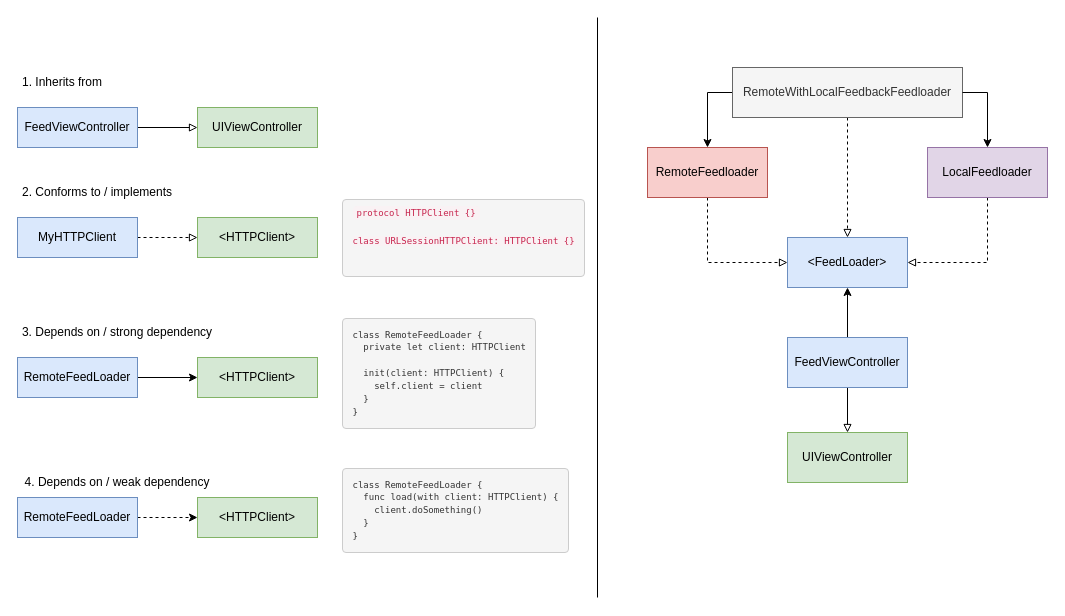
Before: 002-lecture.drawio in evgeniyd/my_drawio, a draw.io diagram. Source tidied: cells renumbered, new cells numbered last; positions are measured from the earlier drawing's top-left corner, leaving out a move shared by most shapes. Both pictures are drawn from the tidied source at 100%, with x=0, y=0 at pixel (17, 17).
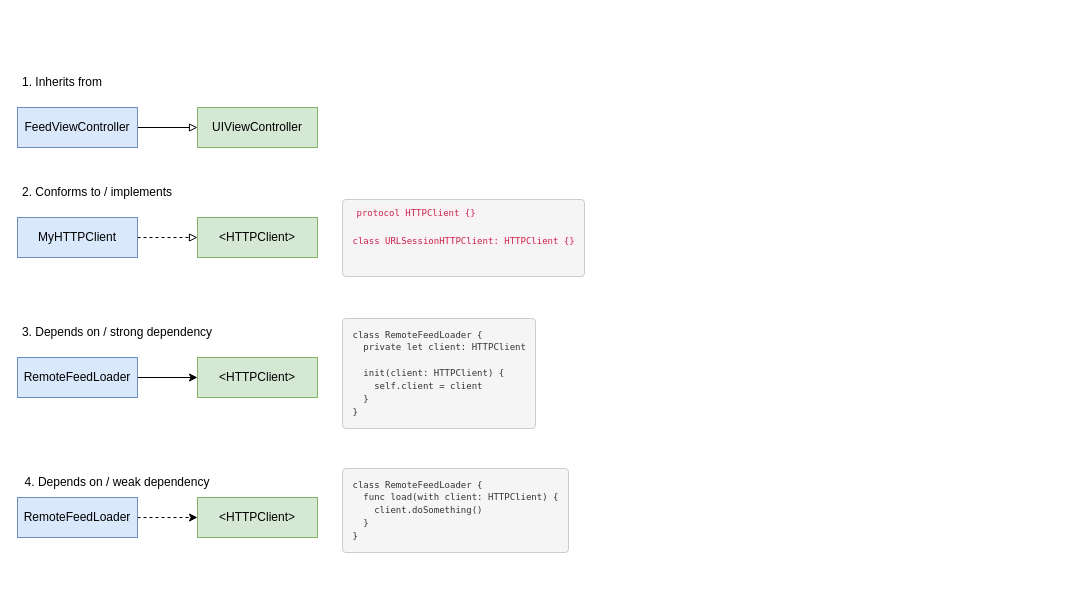
Above is the later version.

Diff of the diagram source:
```diff
@@
-    <mxCell id="21" style="endArrow=none;html=1;rounded=0;" parent="1" edge="1">
-      <mxGeometry relative="1" as="geometry">
-        <mxPoint x="580" y="580" as="sourcePoint" />
-        <mxPoint x="580" as="targetPoint" />
-      </mxGeometry>
-    </mxCell>
-    <mxCell id="22" style="edgeStyle=orthogonalEdgeStyle;rounded=0;jettySize=auto;html=1;endArrow=block;endFill=0;" parent="1" edge="1" source="24" target="25">
-      <mxGeometry relative="1" as="geometry" />
-    </mxCell>
-    <mxCell id="23" style="edgeStyle=orthogonalEdgeStyle;rounded=0;jettySize=auto;html=1;" parent="1" edge="1" source="24" target="26">
-      <mxGeometry relative="1" as="geometry" />
-    </mxCell>
-    <mxCell id="24" value="FeedViewController" style="rounded=0;whiteSpace=wrap;html=1;fillColor=#dae8fc;strokeColor=#6c8ebf;" parent="1" vertex="1">
-      <mxGeometry x="770" y="320" width="120" height="50" as="geometry" />
-    </mxCell>
-    <mxCell id="25" value="UIViewController" style="rounded=0;whiteSpace=wrap;html=1;fillColor=#d5e8d4;strokeColor=#82b366;" parent="1" vertex="1">
-      <mxGeometry x="770" y="415" width="120" height="50" as="geometry" />
-    </mxCell>
-    <mxCell id="26" value="&amp;lt;FeedLoader&amp;gt;" style="rounded=0;whiteSpace=wrap;html=1;fillColor=#dae8fc;strokeColor=#6c8ebf;" parent="1" vertex="1">
-      <mxGeometry x="770" y="220" width="120" height="50" as="geometry" />
-    </mxCell>
-    <mxCell id="27" style="edgeStyle=orthogonalEdgeStyle;rounded=0;jettySize=auto;html=1;entryX=0;entryY=0.5;entryDx=0;entryDy=0;exitX=0.5;exitY=1;exitDx=0;exitDy=0;endArrow=block;endFill=0;dashed=1;" parent="1" edge="1" source="28" target="26">
-      <mxGeometry relative="1" as="geometry" />
-    </mxCell>
-    <mxCell id="28" value="RemoteFeedloader" style="rounded=0;whiteSpace=wrap;html=1;fillColor=#f8cecc;strokeColor=#b85450;" parent="1" vertex="1">
-      <mxGeometry x="630" y="130" width="120" height="50" as="geometry" />
-    </mxCell>
-    <mxCell id="29" style="edgeStyle=orthogonalEdgeStyle;rounded=0;jettySize=auto;html=1;entryX=1;entryY=0.5;entryDx=0;entryDy=0;exitX=0.5;exitY=1;exitDx=0;exitDy=0;dashed=1;endArrow=block;endFill=0;" parent="1" edge="1" source="30" target="26">
-      <mxGeometry relative="1" as="geometry" />
-    </mxCell>
-    <mxCell id="30" value="LocalFeedloader" style="rounded=0;whiteSpace=wrap;html=1;fillColor=#e1d5e7;strokeColor=#9673a6;" parent="1" vertex="1">
-      <mxGeometry x="910" y="130" width="120" height="50" as="geometry" />
-    </mxCell>
-    <mxCell id="31" style="edgeStyle=orthogonalEdgeStyle;rounded=0;jettySize=auto;html=1;entryX=0.5;entryY=0;entryDx=0;entryDy=0;endArrow=block;endFill=0;dashed=1;" parent="1" edge="1" source="33" target="26">
-      <mxGeometry relative="1" as="geometry" />
-    </mxCell>
-    <mxCell id="32" style="edgeStyle=orthogonalEdgeStyle;rounded=0;jettySize=auto;html=1;exitX=0;exitY=0.5;exitDx=0;exitDy=0;" parent="1" edge="1" source="33" target="28">
-      <mxGeometry relative="1" as="geometry" />
-    </mxCell>
-    <mxCell id="33" value="RemoteWithLocalFeedbackFeedloader" style="rounded=0;whiteSpace=wrap;html=1;fillColor=#f5f5f5;strokeColor=#666666;fontColor=#333333;" parent="1" vertex="1">
-      <mxGeometry x="715" y="50" width="230" height="50" as="geometry" />
-    </mxCell>
-    <mxCell id="34" style="edgeStyle=orthogonalEdgeStyle;rounded=0;jettySize=auto;html=1;exitX=1;exitY=0.5;exitDx=0;exitDy=0;" parent="1" edge="1" source="33" target="30">
-      <mxGeometry relative="1" as="geometry" />
-    </mxCell>
```
